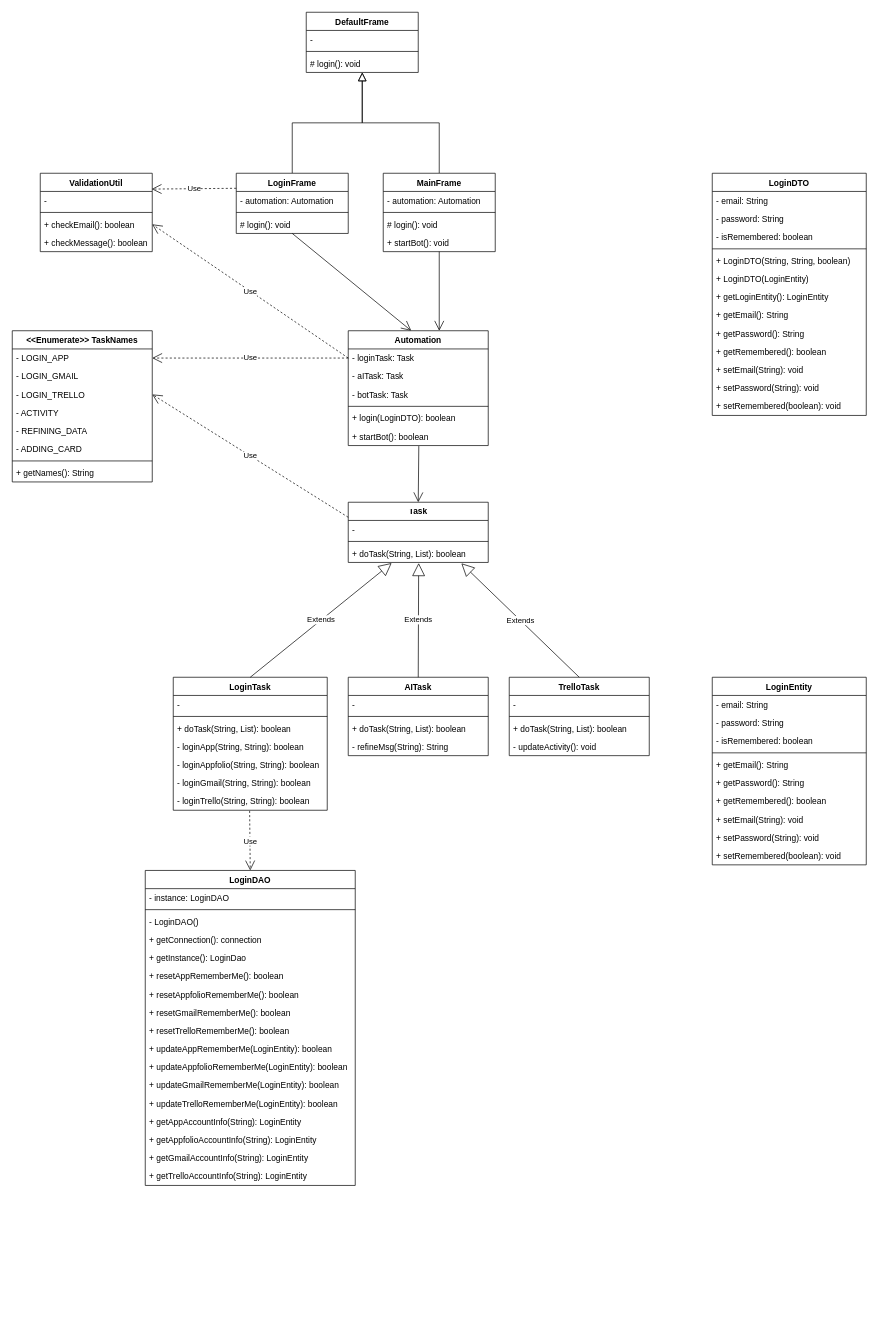
soapunny/TrelloProject keeps this draw.io diagram as designs/trelloProject_classD.drawio. Above is the earlier version. Source tidied: cells renumbered, new cells numbered last; positions are measured from the earlier drawing's top-left corner, leaving out a move shared by most shapes. Both pictures are drawn from the tidied source at 70%, with x=0, y=0 at pixel (12, 12).
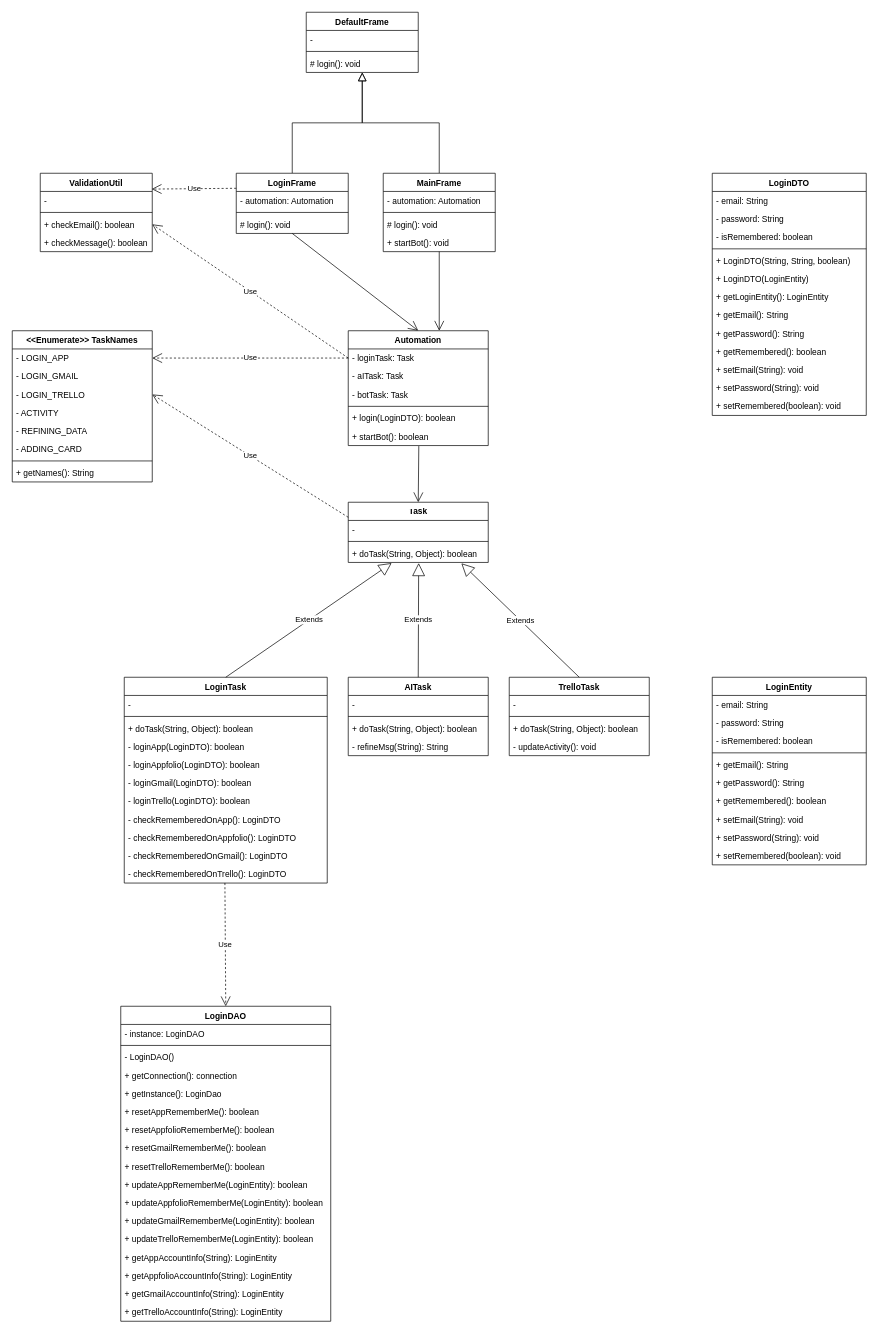
Above is the later version.

Commit message (it also covers changes not shown here):
class diagram updated

Unchanged cells that the change refers to:
```xml
<mxCell id="8" value="LoginFrame" style="swimlane;fontStyle=1;align=center;verticalAlign=top;horizontal=1;startSize=26;" parent="1" vertex="1">
  <mxGeometry x="320" y="230" width="160" height="86" as="geometry" />
</mxCell>
<mxCell id="31" value="Task" style="swimlane;fontStyle=1;align=center;verticalAlign=top;horizontal=1;startSize=26;" parent="1" vertex="1">
  <mxGeometry x="480" y="700" width="200" height="86" as="geometry" />
</mxCell>
<mxCell id="45" value="AITask" style="swimlane;fontStyle=1;align=center;verticalAlign=top;horizontal=1;startSize=26;" parent="1" vertex="1">
  <mxGeometry x="480" y="950" width="200" height="112" as="geometry" />
</mxCell>
<mxCell id="53" value="TrelloTask" style="swimlane;fontStyle=1;align=center;verticalAlign=top;horizontal=1;startSize=26;" parent="1" vertex="1">
  <mxGeometry x="710" y="950" width="200" height="112" as="geometry" />
</mxCell>
<mxCell id="60" value="Automation" style="swimlane;fontStyle=1;align=center;verticalAlign=top;horizontal=1;startSize=26;" parent="1" vertex="1">
  <mxGeometry x="480" y="455" width="200" height="164" as="geometry" />
</mxCell>
```

The edit, as a diff of the source:
```diff
@@
     <mxCell id="23" value="LoginTask" style="swimlane;fontStyle=1;align=center;verticalAlign=top;horizontal=1;startSize=26;" parent="1" vertex="1">
-      <mxGeometry x="230" y="950" width="220" height="190" as="geometry" />
+      <mxGeometry x="160" y="950" width="290" height="294" as="geometry" />
     </mxCell>
     <mxCell id="24" value="- " style="text;strokeColor=none;fillColor=none;align=left;verticalAlign=top;spacingLeft=4;spacingRight=4;overflow=hidden;" parent="23" vertex="1">
-      <mxGeometry y="26" width="220" height="26" as="geometry" />
+      <mxGeometry y="26" width="290" height="26" as="geometry" />
     </mxCell>
     <mxCell id="25" style="line;strokeWidth=1;fillColor=none;align=left;verticalAlign=middle;spacingTop=-1;spacingLeft=3;spacingRight=3;labelPosition=right;" parent="23" vertex="1">
-      <mxGeometry y="52" width="220" height="8" as="geometry" />
+      <mxGeometry y="52" width="290" height="8" as="geometry" />
     </mxCell>
-    <mxCell id="26" value="+ doTask(String, List): boolean" style="text;strokeColor=none;fillColor=none;align=left;verticalAlign=top;spacingLeft=4;spacingRight=4;overflow=hidden;" parent="23" vertex="1">
-      <mxGeometry y="60" width="220" height="26" as="geometry" />
+    <mxCell id="26" value="+ doTask(String, Object): boolean" style="text;strokeColor=none;fillColor=none;align=left;verticalAlign=top;spacingLeft=4;spacingRight=4;overflow=hidden;" parent="23" vertex="1">
+      <mxGeometry y="60" width="290" height="26" as="geometry" />
     </mxCell>
-    <mxCell id="27" value="- loginApp(String, String): boolean" style="text;strokeColor=none;fillColor=none;align=left;verticalAlign=top;spacingLeft=4;spacingRight=4;overflow=hidden;" parent="23" vertex="1">
-      <mxGeometry y="86" width="220" height="26" as="geometry" />
+    <mxCell id="27" value="- loginApp(LoginDTO): boolean" style="text;strokeColor=none;fillColor=none;align=left;verticalAlign=top;spacingLeft=4;spacingRight=4;overflow=hidden;" parent="23" vertex="1">
+      <mxGeometry y="86" width="290" height="26" as="geometry" />
     </mxCell>
-    <mxCell id="28" value="- loginAppfolio(String, String): boolean" style="text;strokeColor=none;fillColor=none;align=left;verticalAlign=top;spacingLeft=4;spacingRight=4;overflow=hidden;" parent="23" vertex="1">
-      <mxGeometry y="112" width="220" height="26" as="geometry" />
+    <mxCell id="28" value="- loginAppfolio(LoginDTO): boolean" style="text;strokeColor=none;fillColor=none;align=left;verticalAlign=top;spacingLeft=4;spacingRight=4;overflow=hidden;" parent="23" vertex="1">
+      <mxGeometry y="112" width="290" height="26" as="geometry" />
     </mxCell>
-    <mxCell id="29" value="- loginGmail(String, String): boolean" style="text;strokeColor=none;fillColor=none;align=left;verticalAlign=top;spacingLeft=4;spacingRight=4;overflow=hidden;" parent="23" vertex="1">
-      <mxGeometry y="138" width="220" height="26" as="geometry" />
+    <mxCell id="29" value="- loginGmail(LoginDTO): boolean" style="text;strokeColor=none;fillColor=none;align=left;verticalAlign=top;spacingLeft=4;spacingRight=4;overflow=hidden;" parent="23" vertex="1">
+      <mxGeometry y="138" width="290" height="26" as="geometry" />
     </mxCell>
-    <mxCell id="30" value="- loginTrello(String, String): boolean" style="text;strokeColor=none;fillColor=none;align=left;verticalAlign=top;spacingLeft=4;spacingRight=4;overflow=hidden;points=[[0,0.5],[1,0.5]];portConstraint=eastwest;" parent="23" vertex="1">
-      <mxGeometry y="164" width="220" height="26" as="geometry" />
+    <mxCell id="30" value="- loginTrello(LoginDTO): boolean" style="text;strokeColor=none;fillColor=none;align=left;verticalAlign=top;spacingLeft=4;spacingRight=4;overflow=hidden;points=[[0,0.5],[1,0.5]];portConstraint=eastwest;" parent="23" vertex="1">
+      <mxGeometry y="164" width="290" height="26" as="geometry" />
     </mxCell>
+    <mxCell id="114" value="- checkRememberedOnApp(): LoginDTO" style="text;strokeColor=none;fillColor=none;align=left;verticalAlign=top;spacingLeft=4;spacingRight=4;overflow=hidden;" parent="23" vertex="1">
+      <mxGeometry y="190" width="290" height="26" as="geometry" />
+    </mxCell>
+    <mxCell id="115" value="- checkRememberedOnAppfolio(): LoginDTO" style="text;strokeColor=none;fillColor=none;align=left;verticalAlign=top;spacingLeft=4;spacingRight=4;overflow=hidden;" parent="23" vertex="1">
+      <mxGeometry y="216" width="290" height="26" as="geometry" />
+    </mxCell>
+    <mxCell id="116" value="- checkRememberedOnGmail(): LoginDTO" style="text;strokeColor=none;fillColor=none;align=left;verticalAlign=top;spacingLeft=4;spacingRight=4;overflow=hidden;" parent="23" vertex="1">
+      <mxGeometry y="242" width="290" height="26" as="geometry" />
+    </mxCell>
+    <mxCell id="117" value="- checkRememberedOnTrello(): LoginDTO" style="text;strokeColor=none;fillColor=none;align=left;verticalAlign=top;spacingLeft=4;spacingRight=4;overflow=hidden;" parent="23" vertex="1">
+      <mxGeometry y="268" width="290" height="26" as="geometry" />
+    </mxCell>
@@
-    <mxCell id="34" value="+ doTask(String, List): boolean" style="text;strokeColor=none;fillColor=none;align=left;verticalAlign=top;spacingLeft=4;spacingRight=4;overflow=hidden;points=[[0,0.5],[1,0.5]];portConstraint=eastwest;" parent="31" vertex="1">
+    <mxCell id="34" value="+ doTask(String, Object): boolean" style="text;strokeColor=none;fillColor=none;align=left;verticalAlign=top;spacingLeft=4;spacingRight=4;overflow=hidden;points=[[0,0.5],[1,0.5]];portConstraint=eastwest;" parent="31" vertex="1">
       <mxGeometry y="60" width="200" height="26" as="geometry" />
     </mxCell>
@@
-    <mxCell id="48" value="+ doTask(String, List): boolean" style="text;strokeColor=none;fillColor=none;align=left;verticalAlign=top;spacingLeft=4;spacingRight=4;overflow=hidden;" parent="45" vertex="1">
+    <mxCell id="48" value="+ doTask(String, Object): boolean" style="text;strokeColor=none;fillColor=none;align=left;verticalAlign=top;spacingLeft=4;spacingRight=4;overflow=hidden;" parent="45" vertex="1">
       <mxGeometry y="60" width="200" height="26" as="geometry" />
     </mxCell>
@@
-    <mxCell id="52" style="endArrow=open;endFill=1;endSize=12;html=1;rounded=0;exitX=0.5;exitY=1;exitDx=0;exitDy=0;" parent="1" edge="1" source="8">
-      <mxGeometry relative="1" as="geometry">
-        <mxPoint x="570" y="455" as="targetPoint" />
-      </mxGeometry>
+    <mxCell id="52" style="endArrow=open;endFill=1;endSize=12;html=1;rounded=0;exitX=0.5;exitY=1;exitDx=0;exitDy=0;entryX=0.5;entryY=0;entryDx=0;entryDy=0;" parent="1" edge="1" source="8" target="60">
+      <mxGeometry relative="1" as="geometry" />
     </mxCell>
@@
-    <mxCell id="56" value="+ doTask(String, List): boolean" style="text;strokeColor=none;fillColor=none;align=left;verticalAlign=top;spacingLeft=4;spacingRight=4;overflow=hidden;" parent="53" vertex="1">
+    <mxCell id="56" value="+ doTask(String, Object): boolean" style="text;strokeColor=none;fillColor=none;align=left;verticalAlign=top;spacingLeft=4;spacingRight=4;overflow=hidden;" parent="53" vertex="1">
       <mxGeometry y="60" width="200" height="26" as="geometry" />
     </mxCell>
@@
     <mxCell id="95" value="LoginDAO" style="swimlane;fontStyle=1;align=center;verticalAlign=top;horizontal=1;startSize=26;" parent="1" vertex="1">
-      <mxGeometry x="190" y="1226" width="300" height="450" as="geometry" />
+      <mxGeometry x="155" y="1420" width="300" height="450" as="geometry" />
     </mxCell>
@@
-    <mxCell id="113" value="Use" style="endArrow=open;endSize=12;dashed=1;html=1;rounded=0;exitX=0.496;exitY=1.034;exitDx=0;exitDy=0;exitPerimeter=0;entryX=0.5;entryY=0;entryDx=0;entryDy=0;" parent="1" edge="1" source="30" target="95">
-      <mxGeometry relative="1" as="geometry" />
+    <mxCell id="113" value="Use" style="endArrow=open;endSize=12;dashed=1;html=1;rounded=0;exitX=0.496;exitY=0.995;exitDx=0;exitDy=0;exitPerimeter=0;entryX=0.5;entryY=0;entryDx=0;entryDy=0;" parent="1" edge="1" target="95">
+      <mxGeometry relative="1" as="geometry">
+        <mxPoint x="303.8" y="1243.9" as="sourcePoint" />
+      </mxGeometry>
     </mxCell>
```
